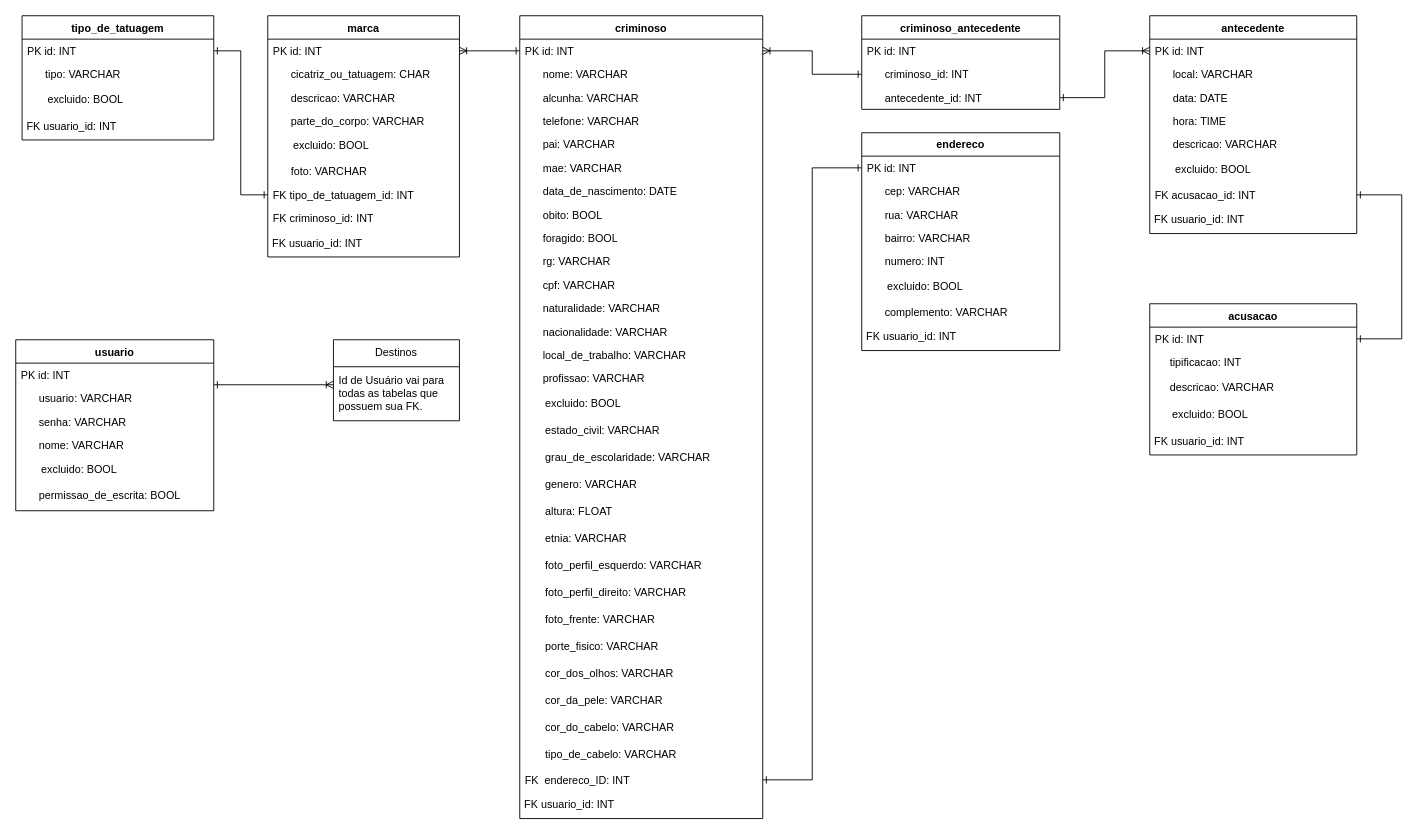
Before: Fotos/UML/BancoDeDadosUML.drawio in PlazaJulio/pcproject, a draw.io diagram. Source tidied: cells renumbered, new cells numbered last; positions are measured from the earlier drawing's top-left corner, leaving out a move shared by most shapes. Both pictures are drawn from the tidied source at 90%, with x=0, y=0 at pixel (15, 15).
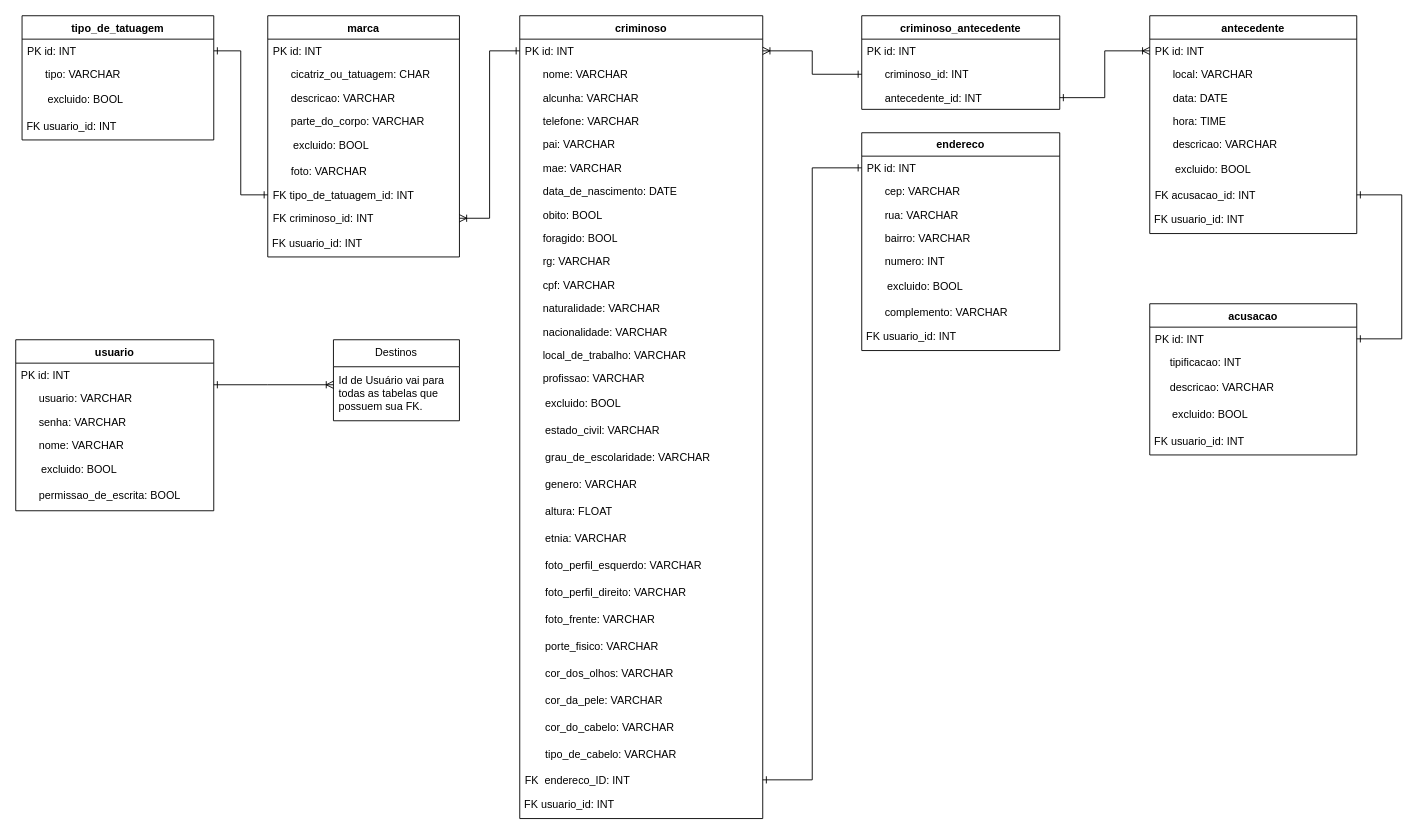
The same diagram, later.

Commit message (it also covers changes not shown here):
Correção na UML

Unchanged cells that the change refers to:
```xml
<mxCell id="12" value="PK id: INT" style="text;strokeColor=none;fillColor=none;align=left;verticalAlign=top;spacingLeft=4;spacingRight=4;overflow=hidden;points=[[0,0.5],[1,0.5]];portConstraint=eastwest;whiteSpace=wrap;html=1;" parent="11" vertex="1">
  <mxGeometry y="26" width="270" height="26" as="geometry" />
</mxCell>
<mxCell id="45" value="PK id: INT" style="text;strokeColor=none;fillColor=none;align=left;verticalAlign=top;spacingLeft=4;spacingRight=4;overflow=hidden;points=[[0,0.5],[1,0.5]];portConstraint=eastwest;whiteSpace=wrap;html=1;" parent="44" vertex="1">
  <mxGeometry y="26" width="213" height="26" as="geometry" />
</mxCell>
<mxCell id="52" value="FK criminoso_id: INT" style="text;strokeColor=none;fillColor=none;align=left;verticalAlign=top;spacingLeft=4;spacingRight=4;overflow=hidden;points=[[0,0.5],[1,0.5]];portConstraint=eastwest;whiteSpace=wrap;html=1;" parent="44" vertex="1">
  <mxGeometry y="212" width="213" height="26" as="geometry" />
</mxCell>
```

What changed in the source:
```diff
@@
-    <mxCell id="75" style="edgeStyle=orthogonalEdgeStyle;rounded=0;jettySize=auto;html=1;exitX=1;exitY=0.5;exitDx=0;exitDy=0;entryX=0;entryY=0.5;entryDx=0;entryDy=0;endArrow=ERone;endFill=0;startArrow=ERoneToMany;startFill=0;" parent="1" edge="1" source="45" target="12">
+    <mxCell id="75" style="edgeStyle=orthogonalEdgeStyle;rounded=0;jettySize=auto;html=1;exitX=1;exitY=0.5;exitDx=0;exitDy=0;entryX=0;entryY=0.5;entryDx=0;entryDy=0;endArrow=ERone;endFill=0;startArrow=ERoneToMany;startFill=0;" parent="1" edge="1" source="52" target="12">
       <mxGeometry relative="1" as="geometry" />
     </mxCell>
```
